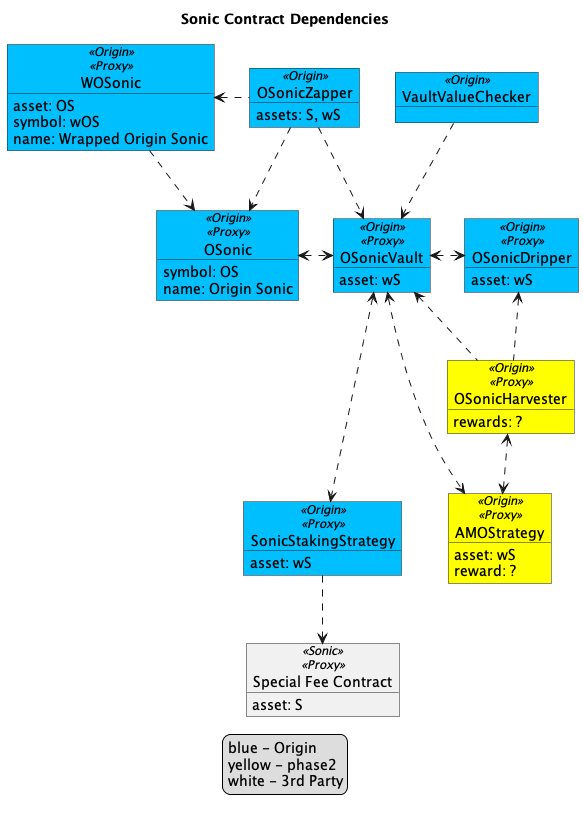
The PlantUML diagram contracts/docs/plantuml/sonicContracts.png in OriginProtocol/origin-dollar, before a commit.
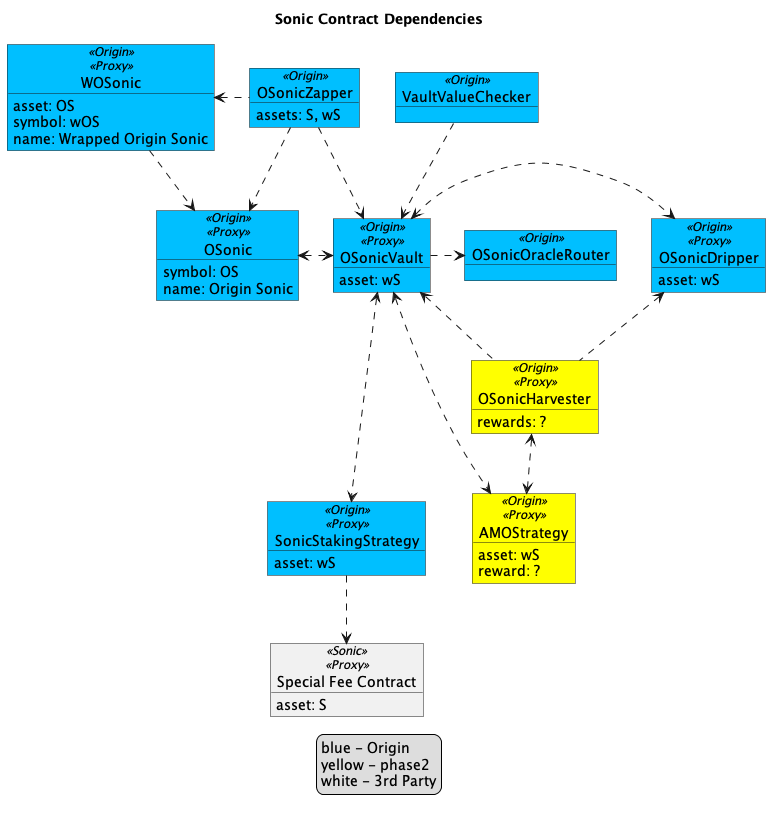
Later version of the same file.

Commit message:
Added oracle router to Sonic contract diagram

What changed in the source:
```diff
@@ -57,6 +57,9 @@
     rewards: ?
 }
 
+object "OSonicOracleRouter" as router <<Origin>> #DeepSkyBlue {
+}
+
 wos <. zap
 zap ..> os
 zap ..> vault
@@ -69,6 +72,7 @@
 vault <...> stakeStrat
 stakeStrat ..> sfc
 vault <...> amoStrat
+vault .> router
 
 vault <.. harv
 drip <.. harv
```
